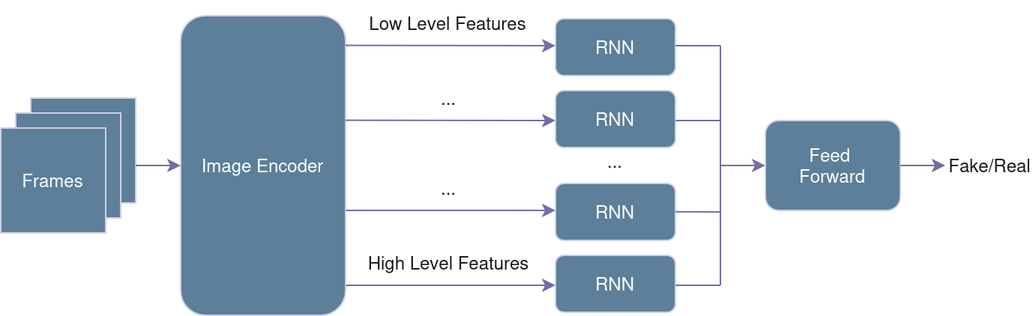
7embl4/deepfake-detection keeps this draw.io diagram as architecture.drawio.png. Above is the earlier version. Source tidied: cells renumbered, new cells last; positions are measured from the earlier drawing's top-left corner, leaving out a move shared by most shapes.
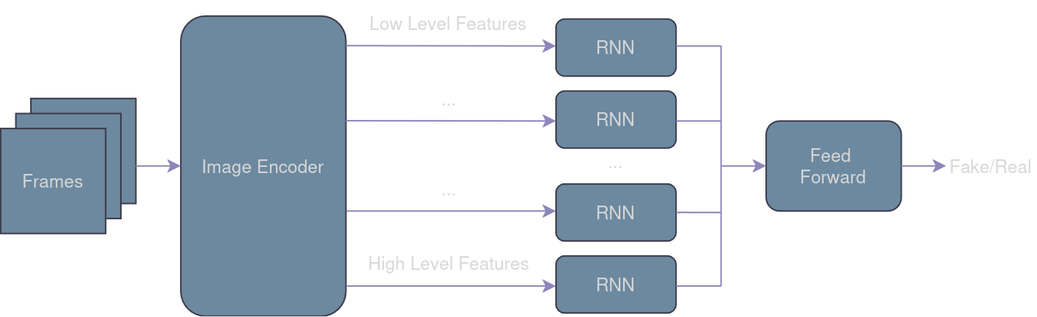
Above is the later version.

Commit message:
Replaced picture with right colors

Diff of the diagram source:
```diff
@@ -11,10 +11,10 @@
     <mxCell id="4" style="rounded=0;whiteSpace=wrap;html=1;labelBackgroundColor=none;fillColor=#5D7F99;strokeColor=#D0CEE2;fontColor=#1A1A1A;" parent="2" vertex="1">
       <mxGeometry x="10" y="10" width="70" height="70" as="geometry" />
     </mxCell>
-    <mxCell id="5" value="&lt;div&gt;&lt;span style=&quot;color: rgb(255, 255, 255);&quot;&gt;Frames&lt;/span&gt;&lt;/div&gt;" style="rounded=0;whiteSpace=wrap;html=1;labelBackgroundColor=none;fillColor=#5D7F99;strokeColor=#D0CEE2;fontColor=#1A1A1A;" parent="2" vertex="1">
+    <mxCell id="5" value="&lt;div&gt;Frames&lt;/div&gt;" style="rounded=0;whiteSpace=wrap;html=1;labelBackgroundColor=none;fillColor=#5D7F99;strokeColor=#D0CEE2;fontColor=#1A1A1A;" parent="2" vertex="1">
       <mxGeometry y="20" width="70" height="70" as="geometry" />
     </mxCell>
-    <mxCell id="6" value="&lt;div&gt;&lt;span style=&quot;color: rgb(255, 255, 255);&quot;&gt;Image&amp;nbsp;Encoder&lt;/span&gt;&lt;/div&gt;" style="rounded=1;whiteSpace=wrap;html=1;labelBackgroundColor=none;fillColor=#5D7F99;strokeColor=#D0CEE2;fontColor=#1A1A1A;" parent="1" vertex="1">
+    <mxCell id="6" value="&lt;div&gt;Image&amp;nbsp;Encoder&lt;/div&gt;" style="rounded=1;whiteSpace=wrap;html=1;labelBackgroundColor=none;fillColor=#5D7F99;strokeColor=#D0CEE2;fontColor=#1A1A1A;" parent="1" vertex="1">
       <mxGeometry x="120" y="10" width="110" height="200" as="geometry" />
     </mxCell>
     <mxCell id="7" style="endArrow=classic;html=1;rounded=0;entryX=0;entryY=0.5;entryDx=0;entryDy=0;labelBackgroundColor=none;strokeColor=#736CA8;fontColor=default;" parent="1" edge="1" target="6">
@@ -32,7 +32,7 @@
         <mxPoint x="370" y="30" as="targetPoint" />
       </mxGeometry>
     </mxCell>
-    <mxCell id="10" value="Low Level Features" style="text;html=1;align=center;verticalAlign=middle;whiteSpace=wrap;rounded=0;labelBackgroundColor=none;fontColor=light-dark(#1A1A1A,#000000);" parent="1" vertex="1">
+    <mxCell id="10" value="Low Level Features" style="text;html=1;align=center;verticalAlign=middle;whiteSpace=wrap;rounded=0;labelBackgroundColor=none;fontColor=#1A1A1A;" parent="1" vertex="1">
       <mxGeometry x="241.2" width="115" height="30" as="geometry" />
     </mxCell>
     <mxCell id="11" value="High Level Features" style="text;html=1;align=center;verticalAlign=middle;whiteSpace=wrap;rounded=0;labelBackgroundColor=none;fontColor=#1A1A1A;" parent="1" vertex="1">
@@ -41,10 +41,10 @@
     <mxCell id="12" value="..." style="text;html=1;align=center;verticalAlign=middle;whiteSpace=wrap;rounded=0;labelBackgroundColor=none;fontColor=#1A1A1A;" parent="1" vertex="1">
       <mxGeometry x="268.8" y="50" width="60" height="30" as="geometry" />
     </mxCell>
-    <mxCell id="13" value="&lt;span style=&quot;color: rgb(255, 255, 255);&quot;&gt;RNN&lt;/span&gt;" style="rounded=1;whiteSpace=wrap;html=1;labelBackgroundColor=none;fillColor=#5D7F99;strokeColor=#D0CEE2;fontColor=#1A1A1A;" parent="1" vertex="1">
+    <mxCell id="13" value="RNN" style="rounded=1;whiteSpace=wrap;html=1;labelBackgroundColor=none;fillColor=#5D7F99;strokeColor=#D0CEE2;fontColor=#1A1A1A;" parent="1" vertex="1">
       <mxGeometry x="370" y="12" width="80" height="38" as="geometry" />
     </mxCell>
-    <mxCell id="14" value="&lt;span style=&quot;color: rgb(255, 255, 255);&quot;&gt;RNN&lt;/span&gt;" style="rounded=1;whiteSpace=wrap;html=1;labelBackgroundColor=none;fillColor=#5D7F99;strokeColor=#D0CEE2;fontColor=#1A1A1A;" parent="1" vertex="1">
+    <mxCell id="14" value="RNN" style="rounded=1;whiteSpace=wrap;html=1;labelBackgroundColor=none;fillColor=#5D7F99;strokeColor=#D0CEE2;fontColor=#1A1A1A;" parent="1" vertex="1">
       <mxGeometry x="370" y="170" width="80" height="38" as="geometry" />
     </mxCell>
     <mxCell id="15" style="endArrow=classic;html=1;rounded=0;exitX=0.999;exitY=0.349;exitDx=0;exitDy=0;exitPerimeter=0;labelBackgroundColor=none;strokeColor=#736CA8;fontColor=default;" parent="1" edge="1" source="6">
@@ -60,10 +60,10 @@
     <mxCell id="17" value="..." style="text;html=1;align=center;verticalAlign=middle;whiteSpace=wrap;rounded=0;labelBackgroundColor=none;fontColor=#1A1A1A;" parent="1" vertex="1">
       <mxGeometry x="268.8" y="110" width="60" height="30" as="geometry" />
     </mxCell>
-    <mxCell id="18" value="&lt;span style=&quot;color: rgb(255, 255, 255);&quot;&gt;RNN&lt;/span&gt;" style="rounded=1;whiteSpace=wrap;html=1;labelBackgroundColor=none;fillColor=#5D7F99;strokeColor=#D0CEE2;fontColor=#1A1A1A;" parent="1" vertex="1">
+    <mxCell id="18" value="RNN" style="rounded=1;whiteSpace=wrap;html=1;labelBackgroundColor=none;fillColor=#5D7F99;strokeColor=#D0CEE2;fontColor=#1A1A1A;" parent="1" vertex="1">
       <mxGeometry x="370" y="60" width="80" height="38" as="geometry" />
     </mxCell>
-    <mxCell id="19" value="&lt;span style=&quot;color: rgb(255, 255, 255);&quot;&gt;RNN&lt;/span&gt;" style="rounded=1;whiteSpace=wrap;html=1;labelBackgroundColor=none;fillColor=#5D7F99;strokeColor=#D0CEE2;fontColor=#1A1A1A;" parent="1" vertex="1">
+    <mxCell id="19" value="RNN" style="rounded=1;whiteSpace=wrap;html=1;labelBackgroundColor=none;fillColor=#5D7F99;strokeColor=#D0CEE2;fontColor=#1A1A1A;" parent="1" vertex="1">
       <mxGeometry x="370" y="122" width="80" height="38" as="geometry" />
     </mxCell>
     <mxCell id="20" style="endArrow=none;html=1;rounded=0;labelBackgroundColor=none;strokeColor=#736CA8;fontColor=default;" parent="1" edge="1">
@@ -105,7 +105,7 @@
     <mxCell id="26" value="..." style="text;html=1;align=center;verticalAlign=middle;whiteSpace=wrap;rounded=0;labelBackgroundColor=none;fontColor=#1A1A1A;" parent="1" vertex="1">
       <mxGeometry x="380" y="92" width="60" height="30" as="geometry" />
     </mxCell>
-    <mxCell id="27" value="&lt;div&gt;&lt;div&gt;&lt;span style=&quot;&quot;&gt;Feed&amp;nbsp;&lt;/span&gt;&lt;/div&gt;&lt;div&gt;&lt;span style=&quot;&quot;&gt;Forward&lt;/span&gt;&lt;/div&gt;&lt;/div&gt;" style="rounded=1;whiteSpace=wrap;html=1;labelBackgroundColor=none;fillColor=#5D7F99;strokeColor=#D0CEE2;fontColor=light-dark(#FFFFFF,#FFFFFF);labelBorderColor=none;textShadow=0;" parent="1" vertex="1">
+    <mxCell id="27" value="&lt;div&gt;Feed&amp;nbsp;&lt;/div&gt;&lt;div&gt;Forward&lt;/div&gt;" style="rounded=1;whiteSpace=wrap;html=1;labelBackgroundColor=none;fillColor=#5D7F99;strokeColor=#D0CEE2;fontColor=#1A1A1A;" parent="1" vertex="1">
       <mxGeometry x="510" y="80" width="90" height="60" as="geometry" />
     </mxCell>
     <mxCell id="28" style="endArrow=classic;html=1;rounded=0;labelBackgroundColor=none;strokeColor=#736CA8;fontColor=default;" parent="1" edge="1">
```
